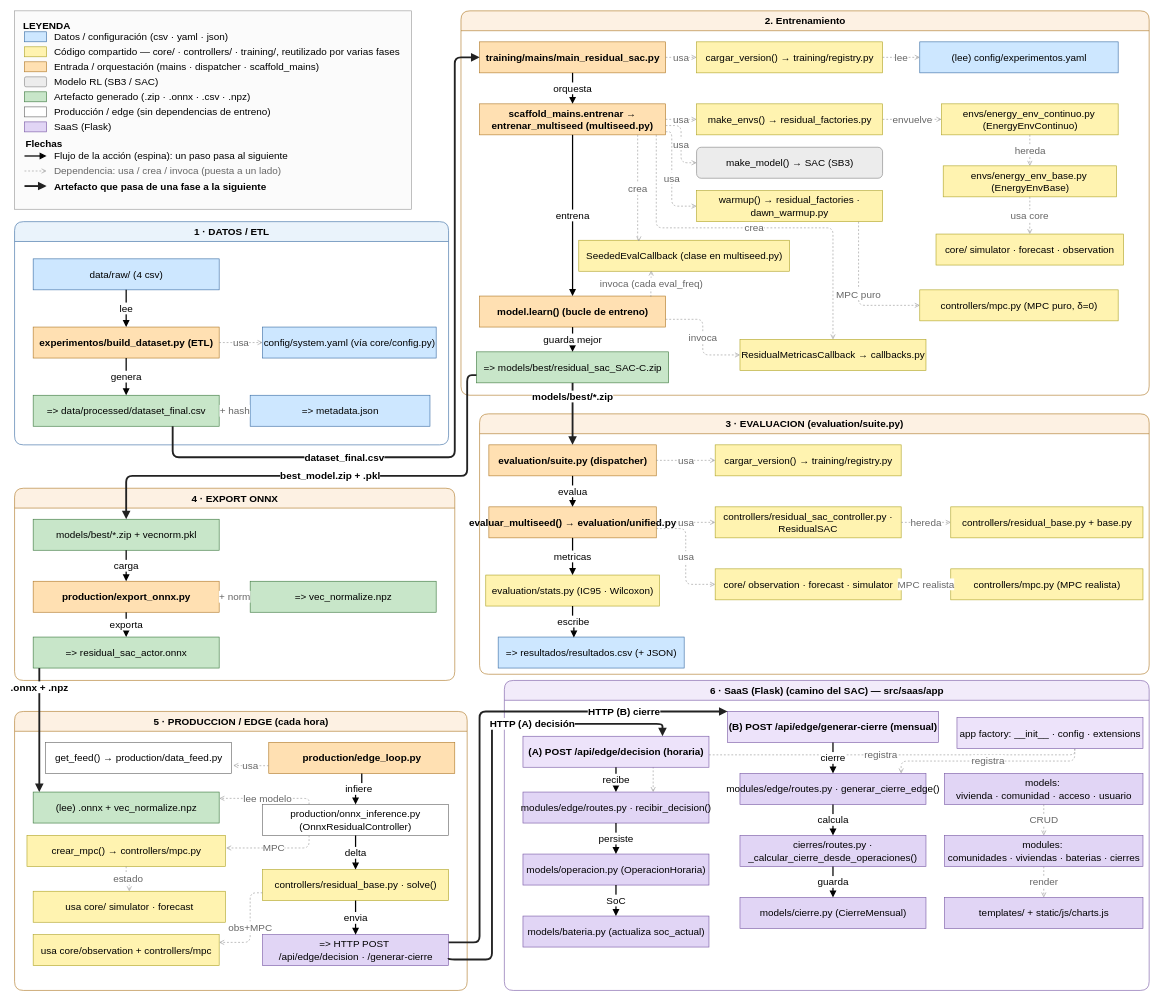
Before: doc/diagramas/FLUJO_RESIDUAL_SAC_dependencias.drawio in Roberto-RodriguezNunez/Plataforma-Optimizacion-Comunidades-Energeticas_TFG_RobertoRN, a draw.io diagram. Source tidied: cells renumbered, new cells numbered last; positions are measured from the earlier drawing's top-left corner, leaving out a move shared by most shapes. Both pictures are drawn from the tidied source at 62%, with x=0, y=0 at pixel (14, 11).
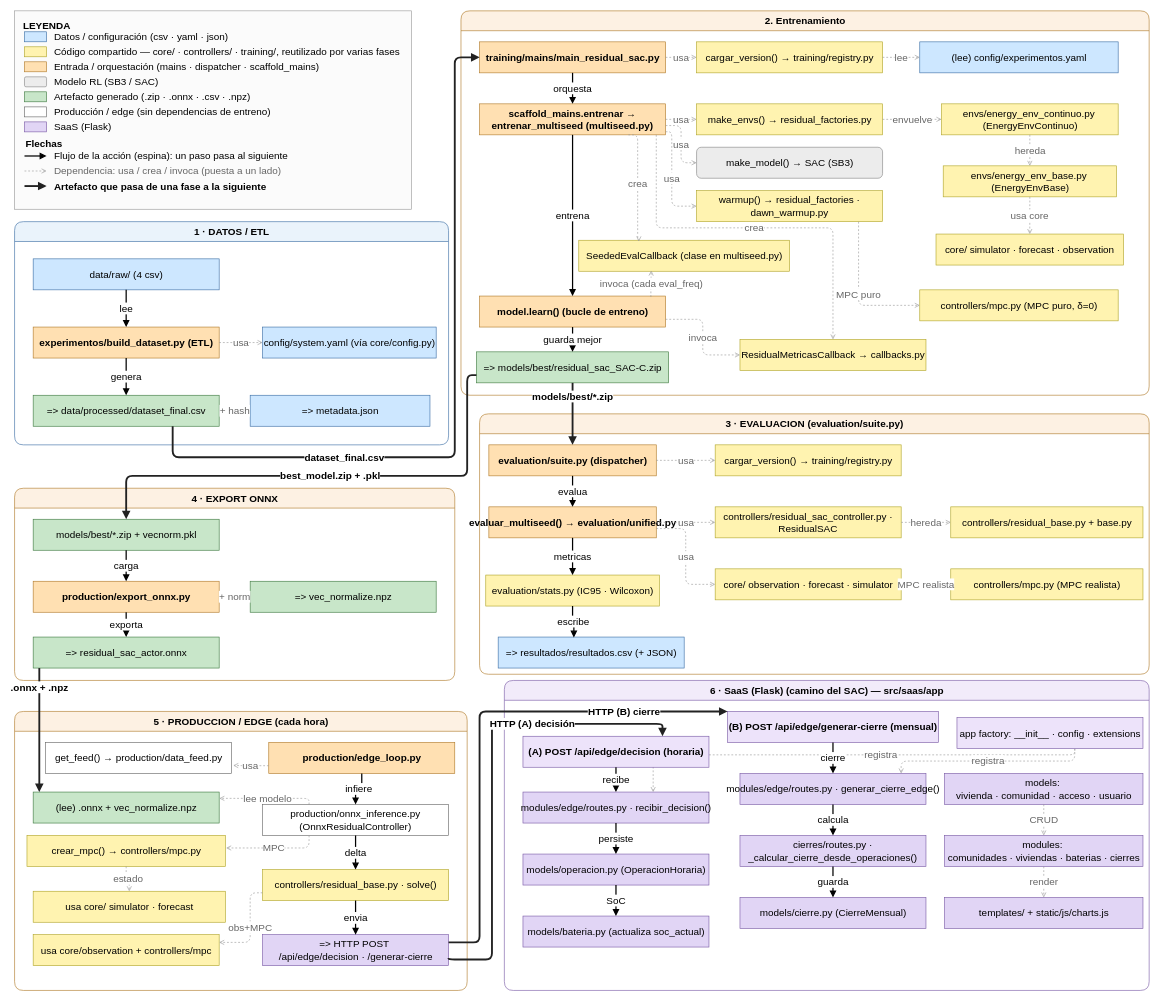
The same diagram, later.

Unchanged cells that the change refers to:
```xml
<mxCell id="12" value="2. Entrenamiento" style="swimlane;startSize=32;html=1;rounded=1;fillColor=#FDF1E3;strokeColor=#B07A2A;fontStyle=1;fontSize=16;verticalAlign=top;" parent="1" vertex="1">
  <mxGeometry x="720" width="1110" height="620" as="geometry" />
</mxCell>
<mxCell id="14" value="scaffold_mains.entrenar → entrenar_multiseed (multiseed.py)" style="rounded=0;html=1;fillColor=#FFE0B2;strokeColor=#B07A2A;fontStyle=1;whiteSpace=wrap;fontSize=16;" parent="12" vertex="1">
  <mxGeometry x="30" y="150" width="300" height="50" as="geometry" />
</mxCell>
<mxCell id="21" value="SeededEvalCallback (clase en multiseed.py)" style="rounded=0;html=1;fillColor=#FFF3B0;strokeColor=#B0A52A;fontSize=16;" parent="12" vertex="1">
  <mxGeometry x="190" y="370" width="340" height="50" as="geometry" />
</mxCell>
```

What changed in the source:
```diff
@@
-    <mxCell id="28" value="crea" style="edgeStyle=orthogonalEdgeStyle;html=1;endArrow=open;dashed=1;strokeColor=#999999;fontColor=#666666;fontSize=16;exitX=0.8;exitY=1;entryX=0.285;entryY=0.037;entryDx=0;entryDy=0;entryPerimeter=0;" parent="12" edge="1" target="21">
+    <mxCell id="28" value="crea" style="edgeStyle=orthogonalEdgeStyle;html=1;endArrow=open;dashed=1;strokeColor=#999999;fontColor=#666666;fontSize=16;exitX=0.8;exitY=1;entryX=0.285;entryY=0.037;entryDx=0;entryDy=0;entryPerimeter=0;" parent="12" edge="1" source="14" target="21">
       <mxGeometry relative="1" as="geometry">
-        <mxPoint x="285" y="200" as="sourcePoint" />
         <Array as="points">
           <mxPoint x="285" y="370" />
           <mxPoint x="287" y="370" />
         </Array>
       </mxGeometry>
     </mxCell>
```
